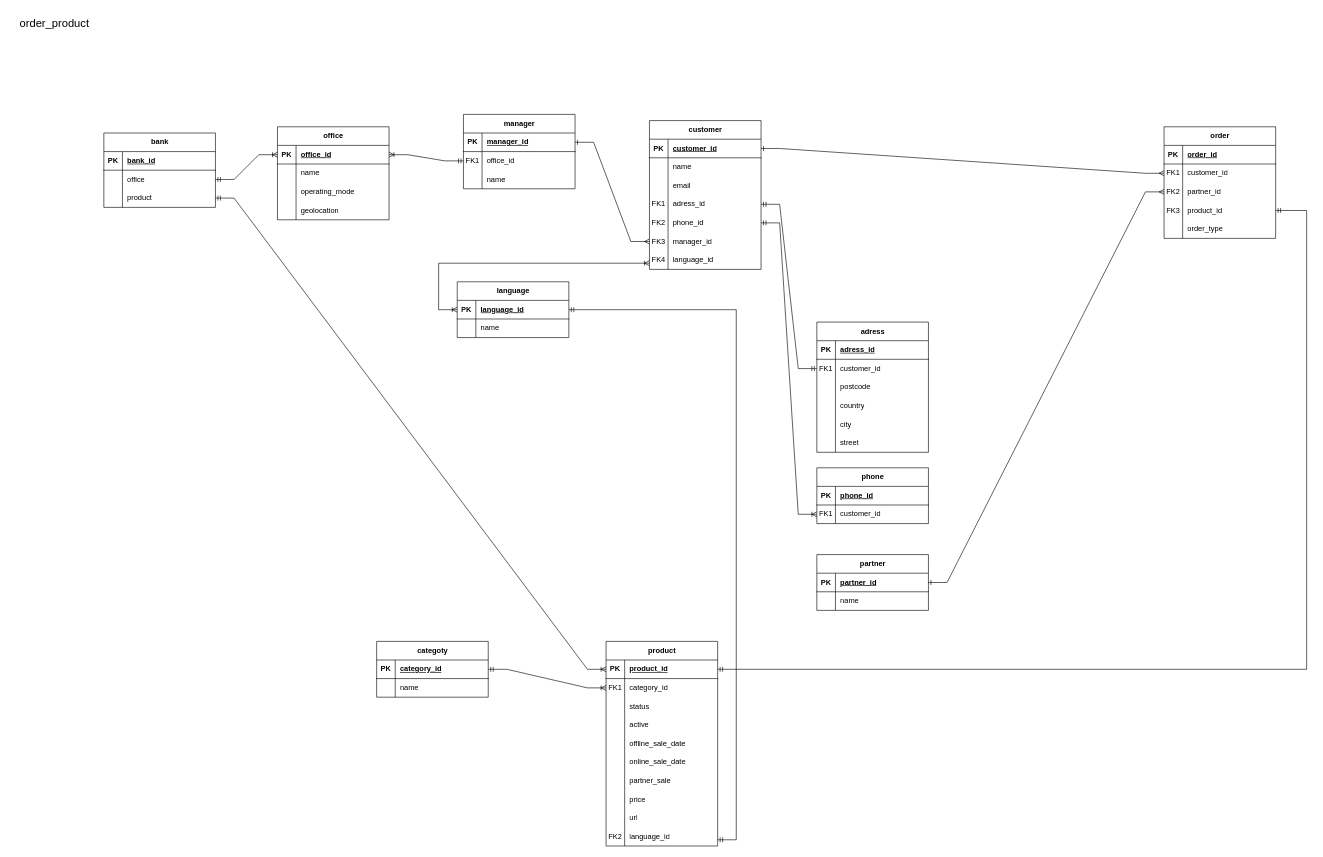
Above: Банк_erd.drawio in L-Valentine/Plantuml (draw.io), before the change. Source tidied: cells renumbered, new cells numbered last; positions are measured from the earlier drawing's top-left corner, leaving out a move shared by most shapes. Both pictures are drawn from the tidied source at 62%, with x=0, y=0 at pixel (11, 11).
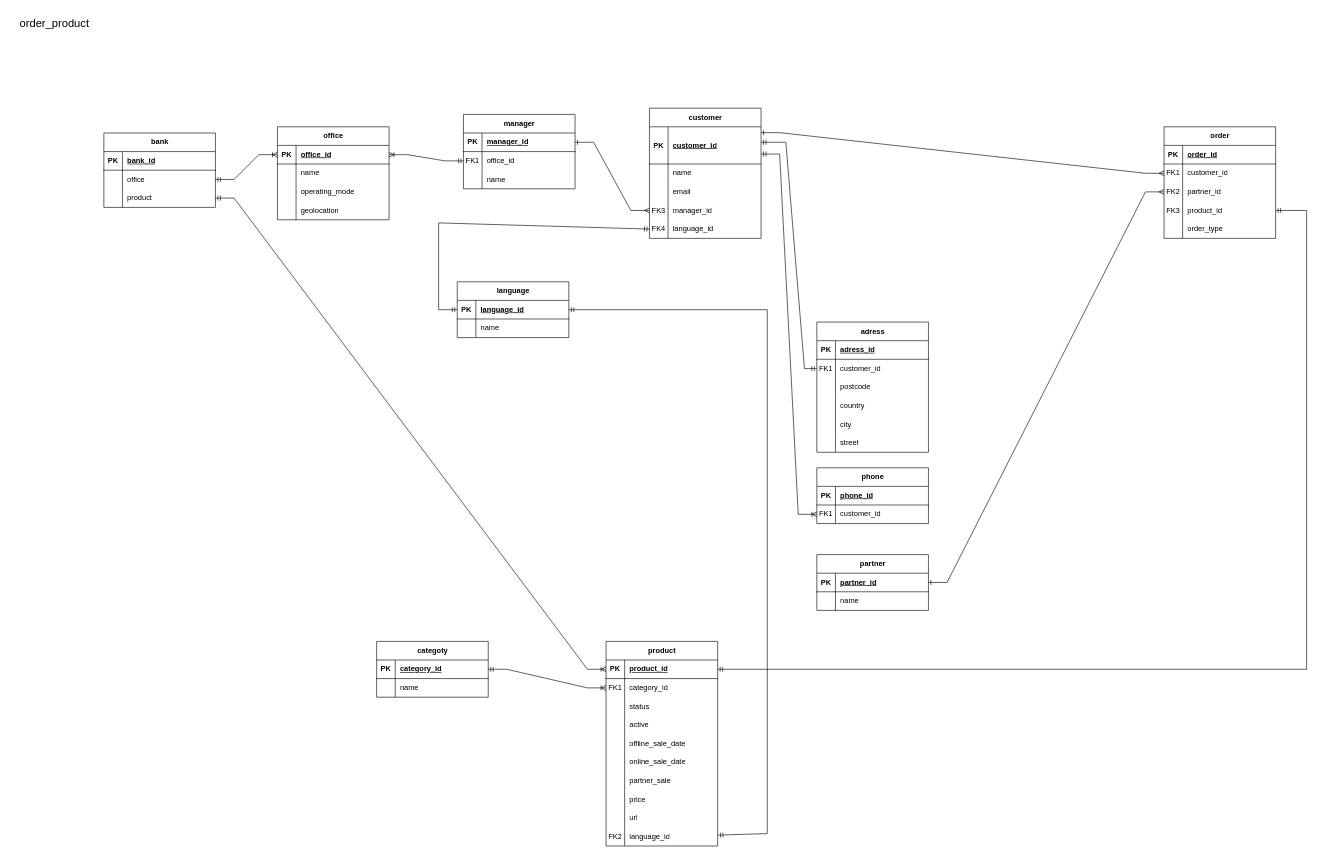
Above is the later version.

The change refers to these unchanged cells:
```xml
<mxCell id="55" style="shape=tableRow;horizontal=0;startSize=0;swimlaneHead=0;swimlaneBody=0;fillColor=none;points=[[0,0.5],[1,0.5]];portConstraint=eastwest;top=0;left=0;right=0;bottom=0;" parent="51" vertex="1">
  <mxGeometry y="60" width="180" height="30" as="geometry" />
</mxCell>
<mxCell id="95" style="shape=tableRow;horizontal=0;startSize=0;swimlaneHead=0;swimlaneBody=0;fillColor=none;points=[[0,0.5],[1,0.5]];portConstraint=eastwest;top=0;left=0;right=0;bottom=0;" parent="67" vertex="1">
  <mxGeometry y="300" width="180" height="30" as="geometry" />
</mxCell>
<mxCell id="127" style="shape=tableRow;horizontal=0;startSize=0;swimlaneHead=0;swimlaneBody=0;fillColor=none;points=[[0,0.5],[1,0.5]];portConstraint=eastwest;top=0;left=0;right=0;bottom=0;" parent="123" vertex="1">
  <mxGeometry y="60" width="180" height="30" as="geometry" />
</mxCell>
<mxCell id="146" style="shape=tableRow;horizontal=0;startSize=0;swimlaneHead=0;swimlaneBody=0;fillColor=none;points=[[0,0.5],[1,0.5]];portConstraint=eastwest;top=0;left=0;right=0;bottom=0;" parent="142" vertex="1">
  <mxGeometry y="60" width="180" height="30" as="geometry" />
</mxCell>
<mxCell id="166" style="shape=tableRow;horizontal=0;startSize=0;swimlaneHead=0;swimlaneBody=0;fillColor=none;points=[[0,0.5],[1,0.5]];portConstraint=eastwest;top=0;left=0;right=0;bottom=1;" parent="165" vertex="1">
  <mxGeometry y="30" width="180" height="30" as="geometry" />
</mxCell>
```

What changed in the source:
```diff
@@
     <mxCell id="19" value="customer" style="shape=table;startSize=30;childLayout=tableLayout;rowLines=0;fontStyle=1;align=center;html=1;" parent="1" vertex="1">
-      <mxGeometry x="1030" y="177" width="180" height="240" as="geometry" />
+      <mxGeometry x="1030" y="157" width="180" height="210" as="geometry" />
     </mxCell>
     <mxCell id="20" style="shape=tableRow;horizontal=0;startSize=0;swimlaneHead=0;swimlaneBody=0;fillColor=none;points=[[0,0.5],[1,0.5]];portConstraint=eastwest;top=0;left=0;right=0;bottom=1;" parent="19" vertex="1">
-      <mxGeometry y="30" width="180" height="30" as="geometry" />
+      <mxGeometry y="30" width="180" height="60" as="geometry" />
     </mxCell>
     <mxCell id="21" value="PK" style="shape=partialRectangle;fillColor=none;top=0;left=0;bottom=0;right=0;fontStyle=1;overflow=hidden;whiteSpace=wrap;html=1;" parent="20" vertex="1">
-      <mxGeometry width="30" height="30" as="geometry" />
+      <mxGeometry width="30" height="60" as="geometry" />
     </mxCell>
     <mxCell id="22" value="customer_id" style="shape=partialRectangle;fillColor=none;top=0;left=0;bottom=0;right=0;align=left;spacingLeft=6;fontStyle=5;overflow=hidden;whiteSpace=wrap;html=1;" parent="20" vertex="1">
-      <mxGeometry x="30" width="150" height="30" as="geometry" />
+      <mxGeometry x="30" width="150" height="60" as="geometry" />
     </mxCell>
     <mxCell id="23" style="shape=tableRow;horizontal=0;startSize=0;swimlaneHead=0;swimlaneBody=0;fillColor=none;top=0;left=0;right=0;bottom=0;" parent="19" vertex="1">
-      <mxGeometry y="60" width="180" height="30" as="geometry" />
+      <mxGeometry y="90" width="180" height="30" as="geometry" />
     </mxCell>
@@
     <mxCell id="26" style="shape=tableRow;horizontal=0;startSize=0;swimlaneHead=0;swimlaneBody=0;fillColor=none;top=0;left=0;right=0;bottom=0;" parent="19" vertex="1">
-      <mxGeometry y="90" width="180" height="30" as="geometry" />
+      <mxGeometry y="120" width="180" height="30" as="geometry" />
     </mxCell>
@@
-    <mxCell id="29" style="shape=tableRow;horizontal=0;startSize=0;swimlaneHead=0;swimlaneBody=0;fillColor=none;points=[[0,0.5],[1,0.5]];portConstraint=eastwest;top=0;left=0;right=0;bottom=0;" parent="19" vertex="1">
-      <mxGeometry y="120" width="180" height="30" as="geometry" />
-    </mxCell>
-    <mxCell id="30" value="FK1" style="shape=partialRectangle;fillColor=none;top=0;left=0;bottom=0;right=0;overflow=hidden;whiteSpace=wrap;html=1;" parent="29" vertex="1">
-      <mxGeometry width="30" height="30" as="geometry" />
-    </mxCell>
-    <mxCell id="31" value="adress_id" style="shape=partialRectangle;fillColor=none;top=0;left=0;bottom=0;right=0;align=left;spacingLeft=6;overflow=hidden;whiteSpace=wrap;html=1;" parent="29" vertex="1">
-      <mxGeometry x="30" width="150" height="30" as="geometry" />
-    </mxCell>
-    <mxCell id="32" style="shape=tableRow;horizontal=0;startSize=0;swimlaneHead=0;swimlaneBody=0;fillColor=none;points=[[0,0.5],[1,0.5]];portConstraint=eastwest;top=0;left=0;right=0;bottom=0;" parent="19" vertex="1">
-      <mxGeometry y="150" width="180" height="30" as="geometry" />
-    </mxCell>
-    <mxCell id="33" value="FK2" style="shape=partialRectangle;fillColor=none;top=0;left=0;bottom=0;right=0;overflow=hidden;whiteSpace=wrap;html=1;" parent="32" vertex="1">
-      <mxGeometry width="30" height="30" as="geometry" />
-    </mxCell>
-    <mxCell id="34" value="phone_id" style="shape=partialRectangle;fillColor=none;top=0;left=0;bottom=0;right=0;align=left;spacingLeft=6;overflow=hidden;whiteSpace=wrap;html=1;" parent="32" vertex="1">
-      <mxGeometry x="30" width="150" height="30" as="geometry" />
-    </mxCell>
     <mxCell id="35" style="shape=tableRow;horizontal=0;startSize=0;swimlaneHead=0;swimlaneBody=0;fillColor=none;points=[[0,0.5],[1,0.5]];portConstraint=eastwest;top=0;left=0;right=0;bottom=0;" parent="19" vertex="1">
-      <mxGeometry y="180" width="180" height="30" as="geometry" />
+      <mxGeometry y="150" width="180" height="30" as="geometry" />
     </mxCell>
@@
     <mxCell id="38" style="shape=tableRow;horizontal=0;startSize=0;swimlaneHead=0;swimlaneBody=0;fillColor=none;points=[[0,0.5],[1,0.5]];portConstraint=eastwest;top=0;left=0;right=0;bottom=0;" parent="19" vertex="1">
-      <mxGeometry y="210" width="180" height="30" as="geometry" />
+      <mxGeometry y="180" width="180" height="30" as="geometry" />
     </mxCell>
@@
-    <mxCell id="98" style="edgeStyle=entityRelationEdgeStyle;fontSize=12;html=1;endArrow=ERmany;startArrow=ERone;rounded=0;exitX=1;exitY=0.5;exitDx=0;exitDy=0;entryX=0;entryY=0.5;entryDx=0;entryDy=0;startFill=0;endFill=0;" parent="1" edge="1" source="20" target="55">
+    <mxCell id="98" style="edgeStyle=entityRelationEdgeStyle;fontSize=12;html=1;endArrow=ERmany;startArrow=ERone;rounded=0;exitX=1;exitY=0.158;exitDx=0;exitDy=0;entryX=0;entryY=0.5;entryDx=0;entryDy=0;startFill=0;endFill=0;exitPerimeter=0;" parent="1" edge="1" source="20" target="55">
       <mxGeometry relative="1" as="geometry">
         <Array as="points">
           <mxPoint x="1120" y="297" />
         </Array>
       </mxGeometry>
     </mxCell>
@@
-    <mxCell id="150" style="edgeStyle=entityRelationEdgeStyle;fontSize=12;html=1;endArrow=ERmandOne;startArrow=ERmandOne;rounded=0;exitX=1;exitY=0.5;exitDx=0;exitDy=0;entryX=0;entryY=0.5;entryDx=0;entryDy=0;" parent="1" edge="1" source="29" target="127">
+    <mxCell id="150" style="fontSize=12;html=1;endArrow=ERmandOne;startArrow=ERmandOne;rounded=0;" parent="1" edge="1">
       <mxGeometry relative="1" as="geometry">
+        <mxPoint x="1210" y="212" as="sourcePoint" />
+        <mxPoint x="1300" y="577" as="targetPoint" />
         <Array as="points">
-          <mxPoint x="1310" y="474.5" />
+          <mxPoint x="1250" y="212" />
+          <mxPoint x="1280" y="577" />
         </Array>
       </mxGeometry>
     </mxCell>
-    <mxCell id="151" style="edgeStyle=entityRelationEdgeStyle;fontSize=12;html=1;endArrow=ERoneToMany;startArrow=ERmandOne;rounded=0;entryX=0;entryY=0.5;entryDx=0;entryDy=0;exitX=1;exitY=0.5;exitDx=0;exitDy=0;" parent="1" edge="1" source="32" target="146">
+    <mxCell id="151" style="edgeStyle=entityRelationEdgeStyle;fontSize=12;html=1;endArrow=ERoneToMany;startArrow=ERmandOne;rounded=0;entryX=0;entryY=0.5;entryDx=0;entryDy=0;" parent="1" edge="1" target="146">
       <mxGeometry relative="1" as="geometry">
+        <mxPoint x="1210" y="231" as="sourcePoint" />
         <Array as="points">
-          <mxPoint x="1230" y="367" />
-          <mxPoint x="1220" y="552" />
+          <mxPoint x="1220" y="247" />
+          <mxPoint x="1209.8" y="237" />
+          <mxPoint x="1199.8" y="402" />
+          <mxPoint x="1189.8" y="587" />
         </Array>
       </mxGeometry>
     </mxCell>
@@
-    <mxCell id="172" style="fontSize=12;html=1;endArrow=ERoneToMany;startArrow=ERoneToMany;rounded=0;entryX=0;entryY=0.5;entryDx=0;entryDy=0;exitX=0;exitY=0.5;exitDx=0;exitDy=0;" parent="1" edge="1" source="166">
+    <mxCell id="172" style="fontSize=12;html=1;endArrow=ERmandOne;startArrow=ERmandOne;rounded=0;entryX=0;entryY=0.5;entryDx=0;entryDy=0;exitX=0;exitY=0.5;exitDx=0;exitDy=0;endFill=0;startFill=0;" parent="1" edge="1" source="166" target="38">
       <mxGeometry relative="1" as="geometry">
-        <mxPoint x="1030" y="407" as="targetPoint" />
         <Array as="points">
           <mxPoint x="690" y="482" />
-          <mxPoint x="690" y="407" />
+          <mxPoint x="690" y="342" />
         </Array>
       </mxGeometry>
     </mxCell>
-    <mxCell id="173" style="edgeStyle=entityRelationEdgeStyle;fontSize=12;html=1;endArrow=ERmandOne;startArrow=ERmandOne;rounded=0;entryX=1;entryY=0.5;entryDx=0;entryDy=0;" parent="1" edge="1" target="166">
+    <mxCell id="173" style="fontSize=12;html=1;endArrow=ERmandOne;startArrow=ERmandOne;rounded=0;entryX=1;entryY=0.5;entryDx=0;entryDy=0;exitX=1.003;exitY=0.416;exitDx=0;exitDy=0;exitPerimeter=0;" parent="1" edge="1" source="95" target="166">
       <mxGeometry relative="1" as="geometry">
-        <mxPoint x="1140" y="1337" as="sourcePoint" />
         <Array as="points">
-          <mxPoint x="1140" y="1387" />
-          <mxPoint x="1230" y="472" />
-          <mxPoint x="1170" y="897" />
-          <mxPoint x="1260" y="922" />
-          <mxPoint x="950" y="477" />
-          <mxPoint x="1250" y="922" />
+          <mxPoint x="1220" y="1327" />
+          <mxPoint x="1220" y="482" />
         </Array>
       </mxGeometry>
     </mxCell>
```
